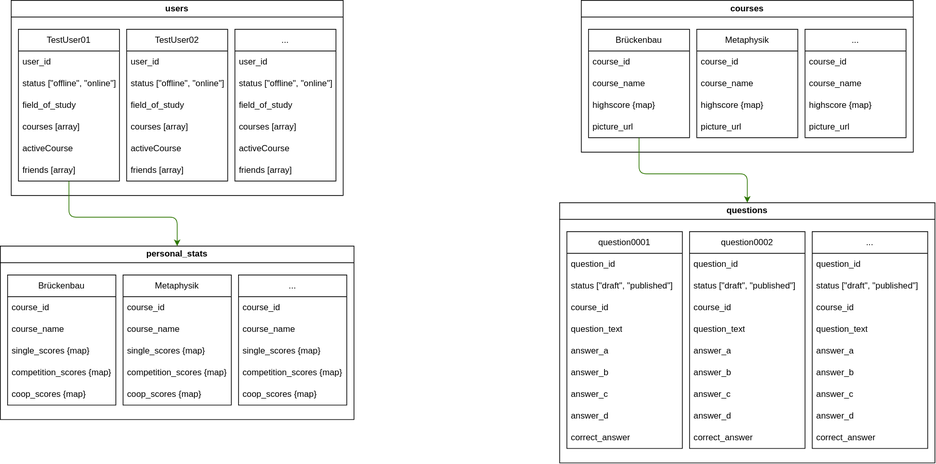
Earlier version of the draw.io export Docs/firestore_data.drawio.svg (A-Gruber-IU/ISEF01-Quiz). Source tidied: cells renumbered, new cells last; positions are measured from the earlier drawing's top-left corner, leaving out a move shared by most shapes.
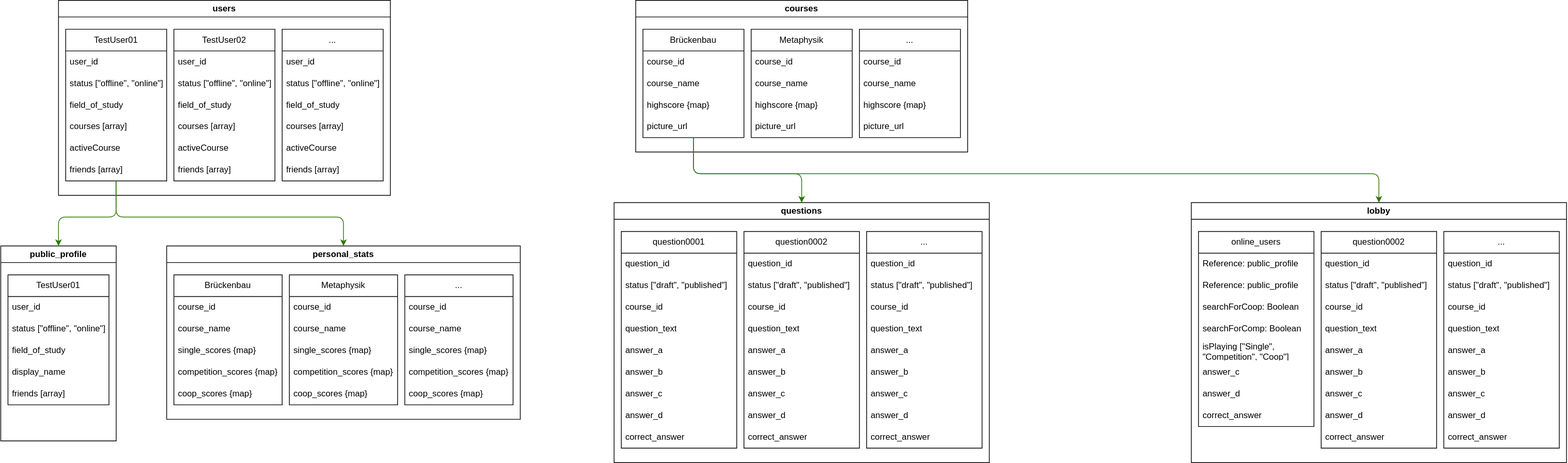
After the change.

Diff of the diagram source:
```diff
@@ -3,7 +3,7 @@
     <mxCell id="0" />
     <mxCell id="1" parent="0" />
     <mxCell id="2" value="users" style="swimlane;whiteSpace=wrap;html=1;" parent="1" vertex="1">
-      <mxGeometry x="15" width="460" height="270" as="geometry" />
+      <mxGeometry x="5" width="460" height="270" as="geometry" />
     </mxCell>
     <mxCell id="3" value="TestUser01" style="swimlane;fontStyle=0;horizontal=1;startSize=30;whiteSpace=wrap;html=1;" parent="2" vertex="1">
       <mxGeometry x="10" y="40" width="140" height="210" as="geometry" />
@@ -218,7 +218,7 @@
       <mxGeometry y="270" width="160" height="30" as="geometry" />
     </mxCell>
     <mxCell id="72" value="personal_stats" style="swimlane;whiteSpace=wrap;html=1;startSize=23;" parent="1" vertex="1">
-      <mxGeometry y="340" width="490" height="240" as="geometry" />
+      <mxGeometry x="155" y="340" width="490" height="240" as="geometry" />
     </mxCell>
     <mxCell id="73" value="Brückenbau" style="swimlane;fontStyle=0;horizontal=1;startSize=30;whiteSpace=wrap;html=1;" parent="72" vertex="1">
       <mxGeometry x="10" y="40" width="150" height="180" as="geometry" />
@@ -277,10 +277,137 @@
     <mxCell id="91" style="edgeStyle=none;html=1;entryX=0.5;entryY=0;entryDx=0;entryDy=0;fillColor=#60a917;strokeColor=#2D7600;" parent="1" edge="1" source="3" target="72">
       <mxGeometry relative="1" as="geometry">
         <Array as="points">
-          <mxPoint x="95" y="300" />
-          <mxPoint x="245" y="300" />
+          <mxPoint x="85" y="300" />
+          <mxPoint x="400" y="300" />
         </Array>
       </mxGeometry>
     </mxCell>
+    <mxCell id="92" style="edgeStyle=none;html=1;entryX=0.5;entryY=0;entryDx=0;entryDy=0;fillColor=#60a917;strokeColor=#2D7600;" parent="1" edge="1" source="29" target="93">
+      <mxGeometry relative="1" as="geometry">
+        <Array as="points">
+          <mxPoint x="885" y="240" />
+          <mxPoint x="1835" y="240" />
+        </Array>
+      </mxGeometry>
+    </mxCell>
+    <mxCell id="93" value="lobby" style="swimlane;whiteSpace=wrap;html=1;" parent="1" vertex="1">
+      <mxGeometry x="1575" y="280" width="520" height="360" as="geometry" />
+    </mxCell>
+    <mxCell id="94" value="online_users" style="swimlane;fontStyle=0;horizontal=1;startSize=30;whiteSpace=wrap;html=1;" parent="93" vertex="1">
+      <mxGeometry x="10" y="40" width="160" height="270" as="geometry" />
+    </mxCell>
+    <mxCell id="95" value="Reference: public_profile" style="text;strokeColor=none;fillColor=none;align=left;verticalAlign=middle;spacingLeft=4;spacingRight=4;overflow=hidden;whiteSpace=wrap;html=1;" parent="94" vertex="1">
+      <mxGeometry y="30" width="160" height="30" as="geometry" />
+    </mxCell>
+    <mxCell id="96" value="Reference: public_profile" style="text;strokeColor=none;fillColor=none;align=left;verticalAlign=middle;spacingLeft=4;spacingRight=4;overflow=hidden;whiteSpace=wrap;html=1;" parent="94" vertex="1">
+      <mxGeometry y="60" width="160" height="30" as="geometry" />
+    </mxCell>
+    <mxCell id="97" value="searchForCoop: Boolean" style="text;strokeColor=none;fillColor=none;align=left;verticalAlign=middle;spacingLeft=4;spacingRight=4;overflow=hidden;whiteSpace=wrap;html=1;" parent="94" vertex="1">
+      <mxGeometry y="90" width="160" height="30" as="geometry" />
+    </mxCell>
+    <mxCell id="98" value="searchForComp: Boolean" style="text;strokeColor=none;fillColor=none;align=left;verticalAlign=middle;spacingLeft=4;spacingRight=4;overflow=hidden;whiteSpace=wrap;html=1;" parent="94" vertex="1">
+      <mxGeometry y="120" width="160" height="30" as="geometry" />
+    </mxCell>
+    <mxCell id="99" value="isPlaying [&quot;Single&quot;, &quot;Competition&quot;, &quot;Coop&quot;]" style="text;strokeColor=none;fillColor=none;align=left;verticalAlign=middle;spacingLeft=4;spacingRight=4;overflow=hidden;whiteSpace=wrap;html=1;" parent="94" vertex="1">
+      <mxGeometry y="150" width="160" height="30" as="geometry" />
+    </mxCell>
+    <mxCell id="100" value="answer_c" style="text;strokeColor=none;fillColor=none;align=left;verticalAlign=middle;spacingLeft=4;spacingRight=4;overflow=hidden;whiteSpace=wrap;html=1;" parent="94" vertex="1">
+      <mxGeometry y="180" width="160" height="30" as="geometry" />
+    </mxCell>
+    <mxCell id="101" value="answer_d" style="text;strokeColor=none;fillColor=none;align=left;verticalAlign=middle;spacingLeft=4;spacingRight=4;overflow=hidden;whiteSpace=wrap;html=1;" parent="94" vertex="1">
+      <mxGeometry y="210" width="160" height="30" as="geometry" />
+    </mxCell>
+    <mxCell id="102" value="correct_answer" style="text;strokeColor=none;fillColor=none;align=left;verticalAlign=middle;spacingLeft=4;spacingRight=4;overflow=hidden;whiteSpace=wrap;html=1;" parent="94" vertex="1">
+      <mxGeometry y="240" width="160" height="30" as="geometry" />
+    </mxCell>
+    <mxCell id="103" value="question0002" style="swimlane;fontStyle=0;horizontal=1;startSize=30;whiteSpace=wrap;html=1;" parent="93" vertex="1">
+      <mxGeometry x="180" y="40" width="160" height="300" as="geometry" />
+    </mxCell>
+    <mxCell id="104" value="question_id" style="text;strokeColor=none;fillColor=none;align=left;verticalAlign=middle;spacingLeft=4;spacingRight=4;overflow=hidden;whiteSpace=wrap;html=1;" parent="103" vertex="1">
+      <mxGeometry y="30" width="160" height="30" as="geometry" />
+    </mxCell>
+    <mxCell id="105" value="status [&quot;draft&quot;, &quot;published&quot;]" style="text;strokeColor=none;fillColor=none;align=left;verticalAlign=middle;spacingLeft=4;spacingRight=4;overflow=hidden;whiteSpace=wrap;html=1;" parent="103" vertex="1">
+      <mxGeometry y="60" width="160" height="30" as="geometry" />
+    </mxCell>
+    <mxCell id="106" value="course_id" style="text;strokeColor=none;fillColor=none;align=left;verticalAlign=middle;spacingLeft=4;spacingRight=4;overflow=hidden;whiteSpace=wrap;html=1;" parent="103" vertex="1">
+      <mxGeometry y="90" width="160" height="30" as="geometry" />
+    </mxCell>
+    <mxCell id="107" value="question_text" style="text;strokeColor=none;fillColor=none;align=left;verticalAlign=middle;spacingLeft=4;spacingRight=4;overflow=hidden;whiteSpace=wrap;html=1;" parent="103" vertex="1">
+      <mxGeometry y="120" width="160" height="30" as="geometry" />
+    </mxCell>
+    <mxCell id="108" value="answer_a" style="text;strokeColor=none;fillColor=none;align=left;verticalAlign=middle;spacingLeft=4;spacingRight=4;overflow=hidden;whiteSpace=wrap;html=1;" parent="103" vertex="1">
+      <mxGeometry y="150" width="160" height="30" as="geometry" />
+    </mxCell>
+    <mxCell id="109" value="answer_b" style="text;strokeColor=none;fillColor=none;align=left;verticalAlign=middle;spacingLeft=4;spacingRight=4;overflow=hidden;whiteSpace=wrap;html=1;" parent="103" vertex="1">
+      <mxGeometry y="180" width="160" height="30" as="geometry" />
+    </mxCell>
+    <mxCell id="110" value="answer_c" style="text;strokeColor=none;fillColor=none;align=left;verticalAlign=middle;spacingLeft=4;spacingRight=4;overflow=hidden;whiteSpace=wrap;html=1;" parent="103" vertex="1">
+      <mxGeometry y="210" width="160" height="30" as="geometry" />
+    </mxCell>
+    <mxCell id="111" value="answer_d" style="text;strokeColor=none;fillColor=none;align=left;verticalAlign=middle;spacingLeft=4;spacingRight=4;overflow=hidden;whiteSpace=wrap;html=1;" parent="103" vertex="1">
+      <mxGeometry y="240" width="160" height="30" as="geometry" />
+    </mxCell>
+    <mxCell id="112" value="correct_answer" style="text;strokeColor=none;fillColor=none;align=left;verticalAlign=middle;spacingLeft=4;spacingRight=4;overflow=hidden;whiteSpace=wrap;html=1;" parent="103" vertex="1">
+      <mxGeometry y="270" width="160" height="30" as="geometry" />
+    </mxCell>
+    <mxCell id="113" value="..." style="swimlane;fontStyle=0;horizontal=1;startSize=30;whiteSpace=wrap;html=1;" parent="93" vertex="1">
+      <mxGeometry x="350" y="40" width="160" height="300" as="geometry" />
+    </mxCell>
+    <mxCell id="114" value="question_id" style="text;strokeColor=none;fillColor=none;align=left;verticalAlign=middle;spacingLeft=4;spacingRight=4;overflow=hidden;whiteSpace=wrap;html=1;" parent="113" vertex="1">
+      <mxGeometry y="30" width="160" height="30" as="geometry" />
+    </mxCell>
+    <mxCell id="115" value="status [&quot;draft&quot;, &quot;published&quot;]" style="text;strokeColor=none;fillColor=none;align=left;verticalAlign=middle;spacingLeft=4;spacingRight=4;overflow=hidden;whiteSpace=wrap;html=1;" parent="113" vertex="1">
+      <mxGeometry y="60" width="160" height="30" as="geometry" />
+    </mxCell>
+    <mxCell id="116" value="course_id" style="text;strokeColor=none;fillColor=none;align=left;verticalAlign=middle;spacingLeft=4;spacingRight=4;overflow=hidden;whiteSpace=wrap;html=1;" parent="113" vertex="1">
+      <mxGeometry y="90" width="160" height="30" as="geometry" />
+    </mxCell>
+    <mxCell id="117" value="question_text" style="text;strokeColor=none;fillColor=none;align=left;verticalAlign=middle;spacingLeft=4;spacingRight=4;overflow=hidden;whiteSpace=wrap;html=1;" parent="113" vertex="1">
+      <mxGeometry y="120" width="160" height="30" as="geometry" />
+    </mxCell>
+    <mxCell id="118" value="answer_a" style="text;strokeColor=none;fillColor=none;align=left;verticalAlign=middle;spacingLeft=4;spacingRight=4;overflow=hidden;whiteSpace=wrap;html=1;" parent="113" vertex="1">
+      <mxGeometry y="150" width="160" height="30" as="geometry" />
+    </mxCell>
+    <mxCell id="119" value="answer_b" style="text;strokeColor=none;fillColor=none;align=left;verticalAlign=middle;spacingLeft=4;spacingRight=4;overflow=hidden;whiteSpace=wrap;html=1;" parent="113" vertex="1">
+      <mxGeometry y="180" width="160" height="30" as="geometry" />
+    </mxCell>
+    <mxCell id="120" value="answer_c" style="text;strokeColor=none;fillColor=none;align=left;verticalAlign=middle;spacingLeft=4;spacingRight=4;overflow=hidden;whiteSpace=wrap;html=1;" parent="113" vertex="1">
+      <mxGeometry y="210" width="160" height="30" as="geometry" />
+    </mxCell>
+    <mxCell id="121" value="answer_d" style="text;strokeColor=none;fillColor=none;align=left;verticalAlign=middle;spacingLeft=4;spacingRight=4;overflow=hidden;whiteSpace=wrap;html=1;" parent="113" vertex="1">
+      <mxGeometry y="240" width="160" height="30" as="geometry" />
+    </mxCell>
+    <mxCell id="122" value="correct_answer" style="text;strokeColor=none;fillColor=none;align=left;verticalAlign=middle;spacingLeft=4;spacingRight=4;overflow=hidden;whiteSpace=wrap;html=1;" parent="113" vertex="1">
+      <mxGeometry y="270" width="160" height="30" as="geometry" />
+    </mxCell>
+    <mxCell id="123" value="public_profile" style="swimlane;whiteSpace=wrap;html=1;" parent="1" vertex="1">
+      <mxGeometry x="-75" y="340" width="160" height="270" as="geometry" />
+    </mxCell>
+    <mxCell id="124" value="TestUser01" style="swimlane;fontStyle=0;horizontal=1;startSize=30;whiteSpace=wrap;html=1;" parent="123" vertex="1">
+      <mxGeometry x="10" y="40" width="140" height="180" as="geometry" />
+    </mxCell>
+    <mxCell id="125" value="user_id" style="text;strokeColor=none;fillColor=none;align=left;verticalAlign=middle;spacingLeft=4;spacingRight=4;overflow=hidden;whiteSpace=wrap;html=1;" parent="124" vertex="1">
+      <mxGeometry y="30" width="140" height="30" as="geometry" />
+    </mxCell>
+    <mxCell id="126" value="status [&quot;offline&quot;, &quot;online&quot;]" style="text;strokeColor=none;fillColor=none;align=left;verticalAlign=middle;spacingLeft=4;spacingRight=4;overflow=hidden;whiteSpace=wrap;html=1;" parent="124" vertex="1">
+      <mxGeometry y="60" width="140" height="30" as="geometry" />
+    </mxCell>
+    <mxCell id="127" value="field_of_study" style="text;strokeColor=none;fillColor=none;align=left;verticalAlign=middle;spacingLeft=4;spacingRight=4;overflow=hidden;whiteSpace=wrap;html=1;" parent="124" vertex="1">
+      <mxGeometry y="90" width="140" height="30" as="geometry" />
+    </mxCell>
+    <mxCell id="128" value="display_name" style="text;strokeColor=none;fillColor=none;align=left;verticalAlign=middle;spacingLeft=4;spacingRight=4;overflow=hidden;whiteSpace=wrap;html=1;" parent="124" vertex="1">
+      <mxGeometry y="120" width="140" height="30" as="geometry" />
+    </mxCell>
+    <mxCell id="129" value="friends [array]" style="text;strokeColor=none;fillColor=none;align=left;verticalAlign=middle;spacingLeft=4;spacingRight=4;overflow=hidden;whiteSpace=wrap;html=1;" parent="124" vertex="1">
+      <mxGeometry y="150" width="140" height="30" as="geometry" />
+    </mxCell>
+    <mxCell id="130" style="edgeStyle=none;html=1;entryX=0.5;entryY=0;entryDx=0;entryDy=0;fillColor=#60a917;strokeColor=#2D7600;exitX=0.498;exitY=0.99;exitDx=0;exitDy=0;exitPerimeter=0;" parent="1" edge="1" source="9" target="123">
+      <mxGeometry relative="1" as="geometry">
+        <Array as="points">
+          <mxPoint x="85" y="300" />
+          <mxPoint x="5" y="300" />
+        </Array>
+      </mxGeometry>
+    </mxCell>
   </root>
 </mxGraphModel>
```
